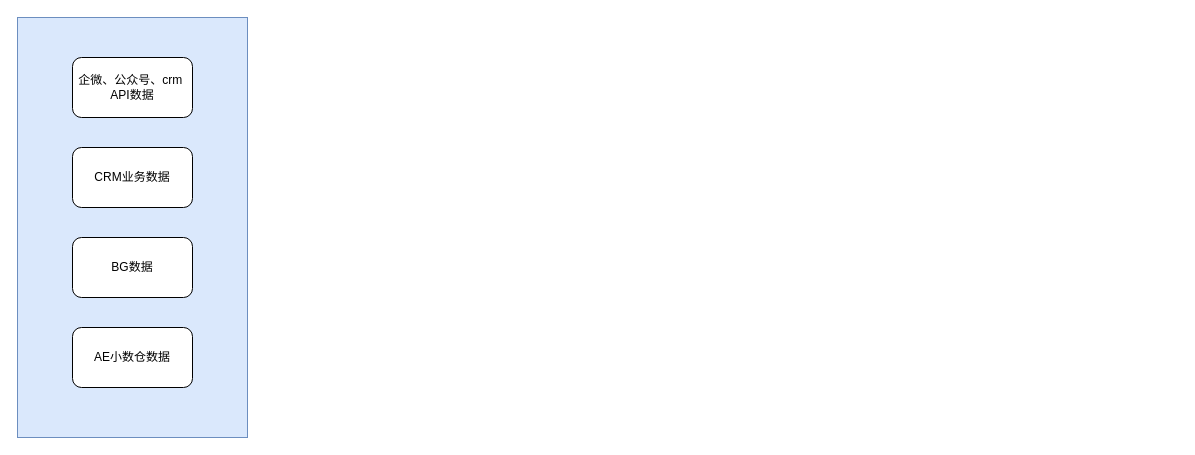
Before: 特步CDP数据流图.drawio in DThadch/draw, a draw.io diagram. Source tidied: cells renumbered, new cells numbered last; positions are measured from the earlier drawing's top-left corner, leaving out a move shared by most shapes. Both pictures are drawn from the tidied source at 100%, with x=0, y=0 at pixel (17, 17).
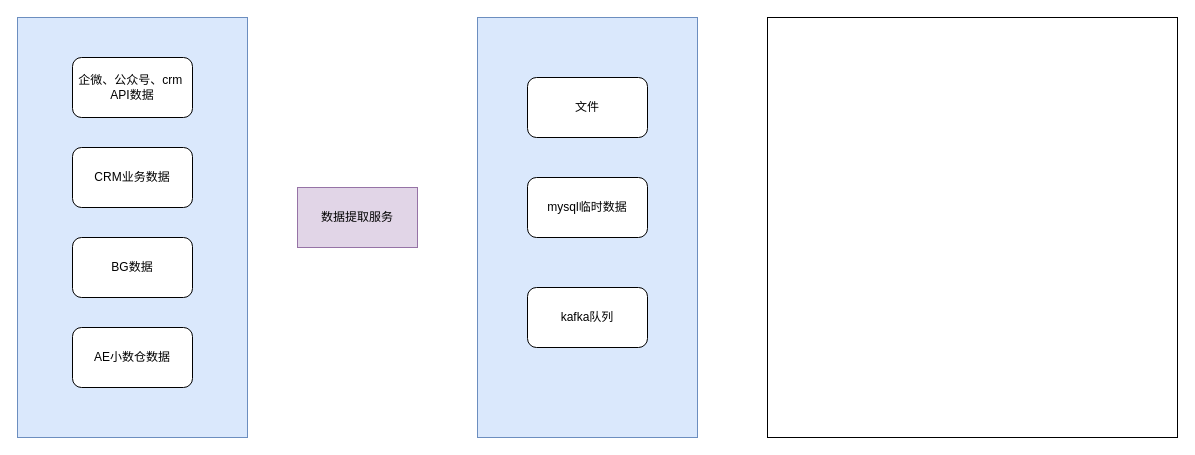
After the change.

Commit message (it also covers changes not shown here):
更新特步CDP数据流图.drawio

The edit, as a diff of the source:
```diff
@@
 <mxGraphModel>
   <root>
     <mxCell id="0" />
     <mxCell id="1" parent="0" />
     <mxCell id="2" style="rounded=0;whiteSpace=wrap;html=1;fillColor=#dae8fc;strokeColor=#6c8ebf;" parent="1" vertex="1">
       <mxGeometry width="230" height="420" as="geometry" />
     </mxCell>
     <mxCell id="3" value="企微、公众号、crm&amp;nbsp; API数据" style="rounded=1;whiteSpace=wrap;html=1;" parent="1" vertex="1">
       <mxGeometry x="55" y="40" width="120" height="60" as="geometry" />
     </mxCell>
     <mxCell id="4" value="AE小数仓数据" style="rounded=1;whiteSpace=wrap;html=1;" parent="1" vertex="1">
       <mxGeometry x="55" y="310" width="120" height="60" as="geometry" />
     </mxCell>
     <mxCell id="5" value="BG数据" style="rounded=1;whiteSpace=wrap;html=1;" parent="1" vertex="1">
       <mxGeometry x="55" y="220" width="120" height="60" as="geometry" />
     </mxCell>
     <mxCell id="6" value="CRM业务数据" style="rounded=1;whiteSpace=wrap;html=1;" parent="1" vertex="1">
       <mxGeometry x="55" y="130" width="120" height="60" as="geometry" />
     </mxCell>
+    <mxCell id="7" value="数据提取服务" style="rounded=0;whiteSpace=wrap;html=1;fillColor=#e1d5e7;strokeColor=#9673a6;" parent="1" vertex="1">
+      <mxGeometry x="280" y="170" width="120" height="60" as="geometry" />
+    </mxCell>
+    <mxCell id="8" style="rounded=0;whiteSpace=wrap;html=1;fillColor=#dae8fc;strokeColor=#6c8ebf;" parent="1" vertex="1">
+      <mxGeometry x="460" width="220" height="420" as="geometry" />
+    </mxCell>
+    <mxCell id="9" value="文件" style="rounded=1;whiteSpace=wrap;html=1;" parent="1" vertex="1">
+      <mxGeometry x="510" y="60" width="120" height="60" as="geometry" />
+    </mxCell>
+    <mxCell id="10" value="mysql临时数据" style="rounded=1;whiteSpace=wrap;html=1;" parent="1" vertex="1">
+      <mxGeometry x="510" y="160" width="120" height="60" as="geometry" />
+    </mxCell>
+    <mxCell id="11" value="kafka队列" style="rounded=1;whiteSpace=wrap;html=1;" parent="1" vertex="1">
+      <mxGeometry x="510" y="270" width="120" height="60" as="geometry" />
+    </mxCell>
+    <mxCell id="12" style="rounded=0;whiteSpace=wrap;html=1;" parent="1" vertex="1">
+      <mxGeometry x="750" width="410" height="420" as="geometry" />
+    </mxCell>
   </root>
 </mxGraphModel>
```
